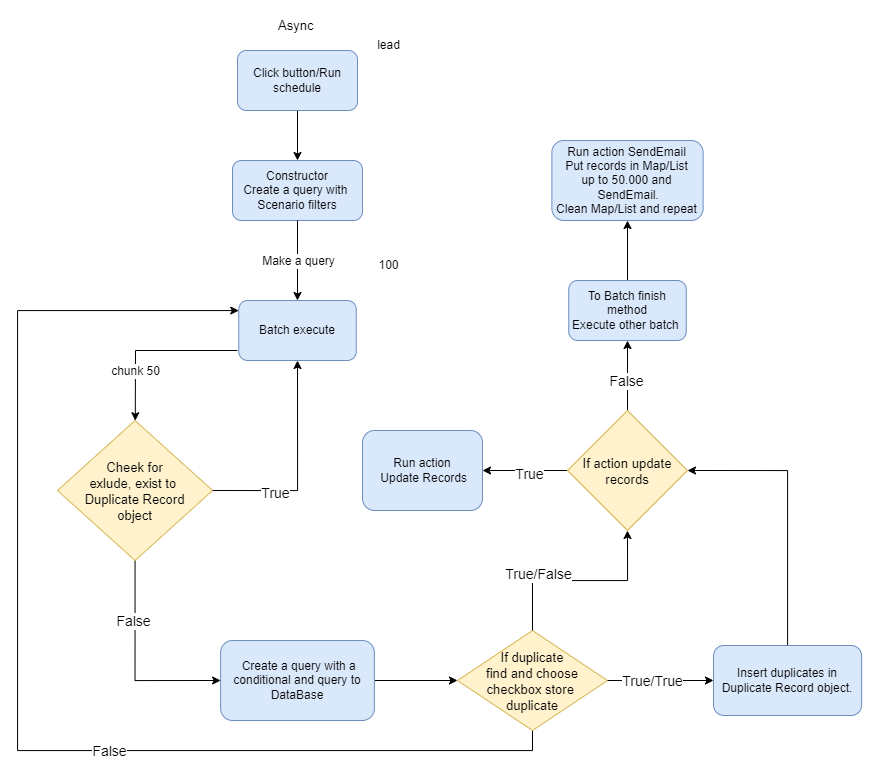
Above: assets/search-duplicates-async.png in vovantais/Presentation-Duplicates-Application (draw.io), before the change. Source tidied: cells renumbered, new cells last; positions are measured from the earlier drawing's top-left corner, leaving out a move shared by most shapes.
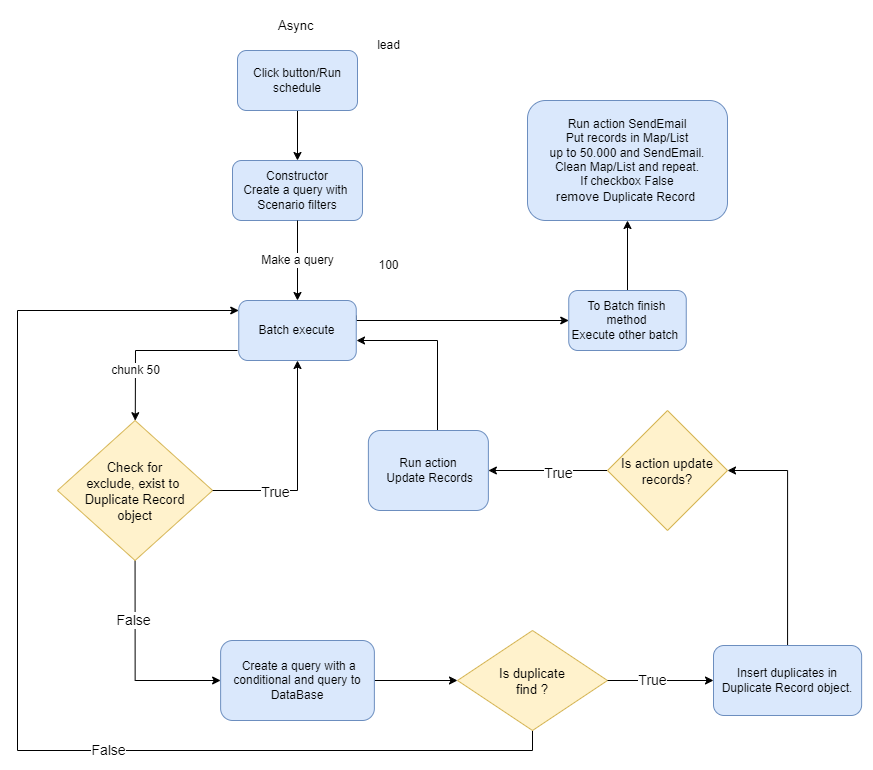
The same file after the commit.

Diff of the diagram source:
```diff
@@ -11,6 +11,13 @@
     <mxCell id="4" value="Constructor&lt;br&gt;Create a query with&amp;nbsp;&lt;br&gt;Scenario filters" style="rounded=1;whiteSpace=wrap;html=1;fillColor=#DAE8FC;strokeColor=#6c8ebf;" parent="1" vertex="1">
       <mxGeometry x="215" y="150" width="130" height="60" as="geometry" />
     </mxCell>
+    <mxCell id="38" style="edgeStyle=orthogonalEdgeStyle;rounded=0;jettySize=auto;html=1;exitX=1;exitY=0.25;exitDx=0;exitDy=0;entryX=0;entryY=0.5;entryDx=0;entryDy=0;" parent="1" edge="1" source="5" target="21">
+      <mxGeometry relative="1" as="geometry">
+        <Array as="points">
+          <mxPoint x="339" y="310" />
+        </Array>
+      </mxGeometry>
+    </mxCell>
     <mxCell id="5" value="Batch execute" style="rounded=1;whiteSpace=wrap;html=1;fillColor=#dae8fc;strokeColor=#6c8ebf;" parent="1" vertex="1">
       <mxGeometry x="221.2" y="290" width="117.5" height="60" as="geometry" />
     </mxCell>
@@ -51,7 +58,7 @@
     <mxCell id="15" value="False" style="edgeLabel;html=1;align=center;verticalAlign=middle;fontSize=14;" parent="14" vertex="1">
       <mxGeometry x="-0.41" y="-2" relative="1" as="geometry" />
     </mxCell>
-    <mxCell id="16" value="Cheek for &#10;exlude, exist to &#10;Duplicate Record &#10;object" style="rhombus;fontSize=13;fillColor=#fff2cc;strokeColor=#d6b656;" parent="1" vertex="1">
+    <mxCell id="16" value="Check for &#10;exclude, exist to &#10;Duplicate Record &#10;object" style="rhombus;fontSize=13;fillColor=#fff2cc;strokeColor=#d6b656;" parent="1" vertex="1">
       <mxGeometry x="40" y="410" width="155.1" height="140" as="geometry" />
     </mxCell>
     <mxCell id="17" style="edgeStyle=orthogonalEdgeStyle;rounded=0;jettySize=auto;html=1;entryX=0.5;entryY=1;entryDx=0;entryDy=0;fontSize=14;exitX=1;exitY=0.5;exitDx=0;exitDy=0;" parent="1" edge="1" source="16" target="5">
@@ -67,7 +74,7 @@
       <mxGeometry relative="1" as="geometry" />
     </mxCell>
     <mxCell id="21" value="To Batch finish method&lt;br&gt;Execute other batch&amp;nbsp;" style="rounded=1;whiteSpace=wrap;html=1;fillColor=#dae8fc;strokeColor=#6c8ebf;" parent="1" vertex="1">
-      <mxGeometry x="551.2" y="270" width="117.5" height="60" as="geometry" />
+      <mxGeometry x="551.2" y="280" width="117.5" height="60" as="geometry" />
     </mxCell>
     <mxCell id="22" style="edgeStyle=orthogonalEdgeStyle;rounded=0;jettySize=auto;html=1;exitX=0.5;exitY=1;exitDx=0;exitDy=0;fontSize=12;fontColor=#000000;" parent="1" edge="1" source="23" target="5">
       <mxGeometry relative="1" as="geometry">
@@ -78,24 +85,16 @@
         </Array>
       </mxGeometry>
     </mxCell>
-    <mxCell id="23" value="If duplicate&#10;find and choose&#10;checkbox store &#10;duplicate" style="rhombus;fontSize=13;fillColor=#fff2cc;strokeColor=#d6b656;" parent="1" vertex="1">
+    <mxCell id="23" value="Is duplicate&#10;find ?" style="rhombus;fontSize=13;fillColor=#fff2cc;strokeColor=#d6b656;" parent="1" vertex="1">
       <mxGeometry x="440" y="620" width="150" height="100" as="geometry" />
     </mxCell>
-    <mxCell id="24" style="edgeStyle=orthogonalEdgeStyle;rounded=0;jettySize=auto;html=1;entryX=0.5;entryY=1;entryDx=0;entryDy=0;fontSize=14;exitX=0.5;exitY=0;exitDx=0;exitDy=0;" parent="1" edge="1" source="23" target="34">
-      <mxGeometry relative="1" as="geometry" />
-    </mxCell>
-    <mxCell id="25" value="True/False" style="edgeLabel;html=1;align=center;verticalAlign=middle;fontSize=14;" parent="24" vertex="1">
-      <mxGeometry x="-0.41" y="-2" relative="1" as="geometry">
-        <mxPoint x="-2" y="-9" as="offset" />
-      </mxGeometry>
-    </mxCell>
     <mxCell id="26" value="False" style="edgeLabel;html=1;align=center;verticalAlign=middle;fontSize=14;" parent="1" vertex="1">
       <mxGeometry x="70" y="650" as="geometry">
         <mxPoint x="21" y="90" as="offset" />
       </mxGeometry>
     </mxCell>
-    <mxCell id="27" value="Run action SendEmail&lt;br&gt;Put records in Map/List &lt;br&gt;up to 50.000 and&lt;br&gt;&amp;nbsp;SendEmail.&lt;br&gt;Clean Map/List and repeat" style="rounded=1;whiteSpace=wrap;html=1;fillColor=#dae8fc;strokeColor=#6c8ebf;" parent="1" vertex="1">
-      <mxGeometry x="534.4" y="130" width="151.2" height="80" as="geometry" />
+    <mxCell id="27" value="Run action SendEmail&lt;br&gt;Put records in Map/List &lt;br&gt;up to 50.000 and SendEmail.&lt;br&gt;Clean Map/List and repeat.&lt;br&gt;If checkbox False&lt;br&gt;&lt;span style=&quot;font-size: 13px;&quot;&gt;remove&amp;nbsp;&lt;/span&gt;Duplicate Record&amp;nbsp;" style="rounded=1;whiteSpace=wrap;html=1;fillColor=#dae8fc;strokeColor=#6c8ebf;" parent="1" vertex="1">
+      <mxGeometry x="510" y="90" width="200" height="120" as="geometry" />
     </mxCell>
     <mxCell id="28" style="edgeStyle=orthogonalEdgeStyle;rounded=0;jettySize=auto;html=1;exitX=0.5;exitY=0;exitDx=0;exitDy=0;entryX=1;entryY=0.5;entryDx=0;entryDy=0;" parent="1" edge="1" source="29" target="34">
       <mxGeometry relative="1" as="geometry" />
@@ -106,7 +105,7 @@
     <mxCell id="30" style="edgeStyle=orthogonalEdgeStyle;rounded=0;jettySize=auto;html=1;entryX=0;entryY=0.5;entryDx=0;entryDy=0;fontSize=14;exitX=1;exitY=0.5;exitDx=0;exitDy=0;" parent="1" edge="1" source="23" target="29">
       <mxGeometry relative="1" as="geometry" />
     </mxCell>
-    <mxCell id="31" value="True/True" style="edgeLabel;html=1;align=center;verticalAlign=middle;fontSize=14;" parent="30" vertex="1">
+    <mxCell id="31" value="True" style="edgeLabel;html=1;align=center;verticalAlign=middle;fontSize=14;" parent="30" vertex="1">
       <mxGeometry x="-0.41" y="-2" relative="1" as="geometry">
         <mxPoint x="14" y="-2" as="offset" />
       </mxGeometry>
@@ -114,24 +113,24 @@
     <mxCell id="32" style="edgeStyle=orthogonalEdgeStyle;rounded=0;jettySize=auto;html=1;exitX=0;exitY=0.5;exitDx=0;exitDy=0;entryX=1;entryY=0.5;entryDx=0;entryDy=0;" parent="1" edge="1" source="34" target="35">
       <mxGeometry relative="1" as="geometry" />
     </mxCell>
-    <mxCell id="33" style="edgeStyle=orthogonalEdgeStyle;rounded=0;jettySize=auto;html=1;exitX=0.5;exitY=0;exitDx=0;exitDy=0;entryX=0.5;entryY=1;entryDx=0;entryDy=0;" parent="1" edge="1" source="34" target="21">
-      <mxGeometry relative="1" as="geometry" />
-    </mxCell>
-    <mxCell id="34" value="If action update&#10;records" style="rhombus;fontSize=13;fillColor=#fff2cc;strokeColor=#d6b656;" parent="1" vertex="1">
-      <mxGeometry x="550" y="400" width="120" height="120" as="geometry" />
+    <mxCell id="34" value="Is action update&#10;records?" style="rhombus;fontSize=13;fillColor=#fff2cc;strokeColor=#d6b656;" parent="1" vertex="1">
+      <mxGeometry x="590" y="400" width="120" height="120" as="geometry" />
     </mxCell>
+    <mxCell id="39" style="edgeStyle=orthogonalEdgeStyle;rounded=0;jettySize=auto;html=1;" parent="1" edge="1" source="35">
+      <mxGeometry relative="1" as="geometry">
+        <mxPoint x="339" y="330" as="targetPoint" />
+        <Array as="points">
+          <mxPoint x="420" y="330" />
+        </Array>
+      </mxGeometry>
+    </mxCell>
     <mxCell id="35" value="Run action&lt;br&gt;&amp;nbsp;Update Records" style="rounded=1;whiteSpace=wrap;html=1;fillColor=#dae8fc;strokeColor=#6c8ebf;" parent="1" vertex="1">
-      <mxGeometry x="345" y="420" width="120" height="80" as="geometry" />
+      <mxGeometry x="350.9" y="420" width="120" height="80" as="geometry" />
     </mxCell>
     <mxCell id="36" value="True" style="edgeLabel;html=1;align=center;verticalAlign=middle;fontSize=14;" parent="1" vertex="1">
-      <mxGeometry x="650" y="350" as="geometry">
+      <mxGeometry x="680" y="350" as="geometry">
         <mxPoint x="-139" y="113" as="offset" />
       </mxGeometry>
     </mxCell>
-    <mxCell id="37" value="False" style="edgeLabel;html=1;align=center;verticalAlign=middle;fontSize=14;" parent="1" vertex="1">
-      <mxGeometry x="221.3" y="620" as="geometry">
-        <mxPoint x="387" y="-250" as="offset" />
-      </mxGeometry>
-    </mxCell>
   </root>
 </mxGraphModel>
```
